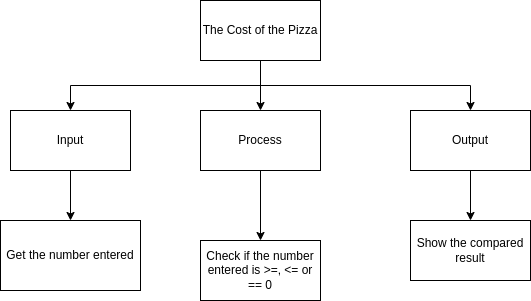
Before: design.number_compared.top-down.png, a diagram exported from draw.io (Yiyun-Qin/ICS3U-Unit3-04-Python). Source tidied: cells renumbered, new cells last; positions are measured from the earlier drawing's top-left corner, leaving out a move shared by most shapes. Its diagram source:
```xml
<mxGraphModel>
  <root>
    <mxCell id="0" />
    <mxCell id="1" parent="0" />
    <mxCell id="2" style="edgeStyle=orthogonalEdgeStyle;html=1;exitX=0.5;exitY=1;exitDx=0;exitDy=0;entryX=0.5;entryY=0;entryDx=0;entryDy=0;rounded=0;" parent="1" edge="1" source="5" target="7">
      <mxGeometry relative="1" as="geometry" />
    </mxCell>
    <mxCell id="3" style="edgeStyle=orthogonalEdgeStyle;rounded=0;html=1;exitX=0.5;exitY=1;exitDx=0;exitDy=0;entryX=0.5;entryY=0;entryDx=0;entryDy=0;" parent="1" edge="1" source="5" target="9">
      <mxGeometry relative="1" as="geometry" />
    </mxCell>
    <mxCell id="4" style="edgeStyle=orthogonalEdgeStyle;rounded=0;html=1;exitX=0.5;exitY=1;exitDx=0;exitDy=0;entryX=0.5;entryY=0;entryDx=0;entryDy=0;" parent="1" edge="1" source="5" target="11">
      <mxGeometry relative="1" as="geometry" />
    </mxCell>
    <mxCell id="5" value="The Cost of the Pizza" style="rounded=0;whiteSpace=wrap;html=1;" parent="1" vertex="1">
      <mxGeometry x="200" width="120" height="60" as="geometry" />
    </mxCell>
    <mxCell id="6" style="edgeStyle=orthogonalEdgeStyle;rounded=0;html=1;exitX=0.5;exitY=1;exitDx=0;exitDy=0;entryX=0.5;entryY=0;entryDx=0;entryDy=0;" parent="1" edge="1" source="7" target="12">
      <mxGeometry relative="1" as="geometry" />
    </mxCell>
    <mxCell id="7" value="Input" style="rounded=0;whiteSpace=wrap;html=1;" parent="1" vertex="1">
      <mxGeometry x="10" y="110" width="120" height="60" as="geometry" />
    </mxCell>
    <mxCell id="8" style="edgeStyle=orthogonalEdgeStyle;rounded=0;html=1;exitX=0.5;exitY=1;exitDx=0;exitDy=0;entryX=0.5;entryY=0;entryDx=0;entryDy=0;" parent="1" edge="1" source="9" target="13">
      <mxGeometry relative="1" as="geometry" />
    </mxCell>
    <mxCell id="9" value="Process" style="rounded=0;whiteSpace=wrap;html=1;" parent="1" vertex="1">
      <mxGeometry x="200" y="110" width="120" height="60" as="geometry" />
    </mxCell>
    <mxCell id="10" style="edgeStyle=orthogonalEdgeStyle;rounded=0;html=1;exitX=0.5;exitY=1;exitDx=0;exitDy=0;entryX=0.5;entryY=0;entryDx=0;entryDy=0;" parent="1" edge="1" source="11" target="14">
      <mxGeometry relative="1" as="geometry" />
    </mxCell>
    <mxCell id="11" value="Output" style="rounded=0;whiteSpace=wrap;html=1;" parent="1" vertex="1">
      <mxGeometry x="410" y="110" width="120" height="60" as="geometry" />
    </mxCell>
    <mxCell id="12" value="Get the number entered" style="rounded=0;whiteSpace=wrap;html=1;" parent="1" vertex="1">
      <mxGeometry y="220" width="140" height="70" as="geometry" />
    </mxCell>
    <mxCell id="13" value="Check if the number entered is &amp;gt;=, &amp;lt;= or == 0" style="rounded=0;whiteSpace=wrap;html=1;" parent="1" vertex="1">
      <mxGeometry x="200" y="240" width="120" height="60" as="geometry" />
    </mxCell>
    <mxCell id="14" value="Show the compared result" style="rounded=0;whiteSpace=wrap;html=1;" parent="1" vertex="1">
      <mxGeometry x="410" y="220" width="120" height="60" as="geometry" />
    </mxCell>
  </root>
</mxGraphModel>
```
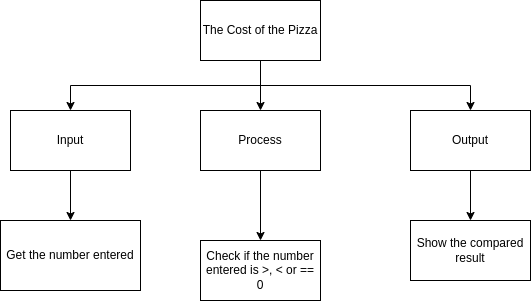
Above is the later version.

The edit, as a diff of the source:
```diff
@@ -35,7 +35,7 @@
     <mxCell id="12" value="Get the number entered" style="rounded=0;whiteSpace=wrap;html=1;" parent="1" vertex="1">
       <mxGeometry y="220" width="140" height="70" as="geometry" />
     </mxCell>
-    <mxCell id="13" value="Check if the number entered is &amp;gt;=, &amp;lt;= or == 0" style="rounded=0;whiteSpace=wrap;html=1;" parent="1" vertex="1">
+    <mxCell id="13" value="Check if the number entered is &amp;gt;, &amp;lt; or == 0" style="rounded=0;whiteSpace=wrap;html=1;" parent="1" vertex="1">
       <mxGeometry x="200" y="240" width="120" height="60" as="geometry" />
     </mxCell>
     <mxCell id="14" value="Show the compared result" style="rounded=0;whiteSpace=wrap;html=1;" parent="1" vertex="1">
```
